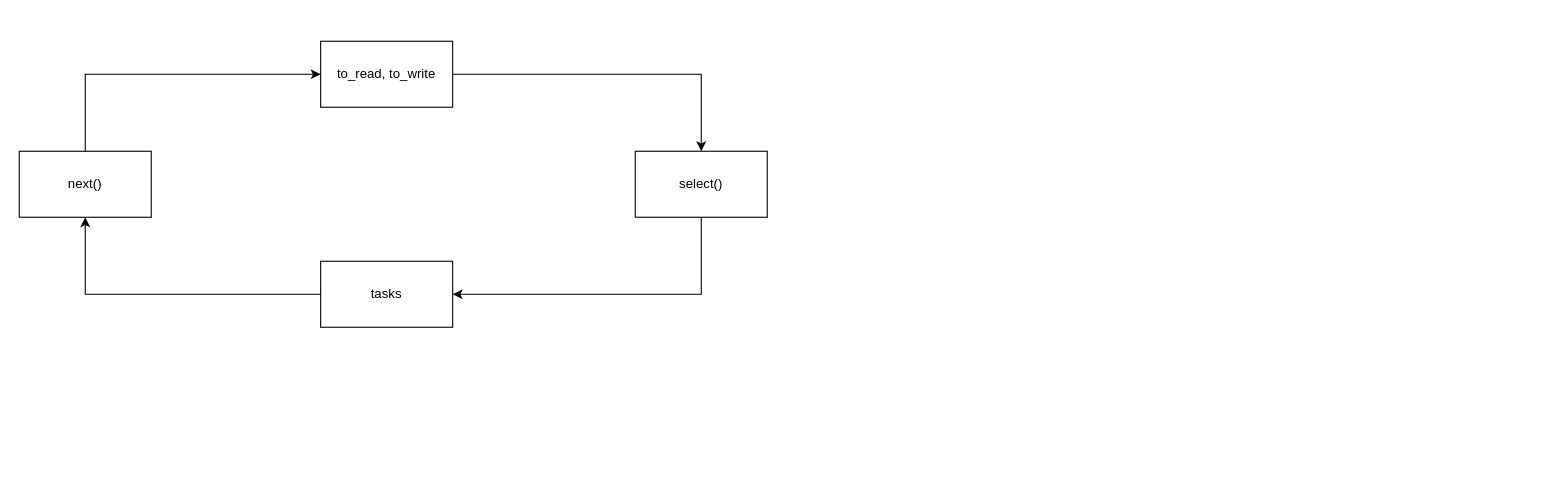
This is page "Page-4" (4 of 4) of Based.drawio from dorozhkoanton/drawios, a draw.io file, before an edit. Source tidied: cells renumbered, new cells numbered last; positions are measured from the earlier drawing's top-left corner, leaving out a move shared by most shapes. Both pictures are drawn from the tidied source at 110%, with x=0, y=0 at pixel (19, 41).
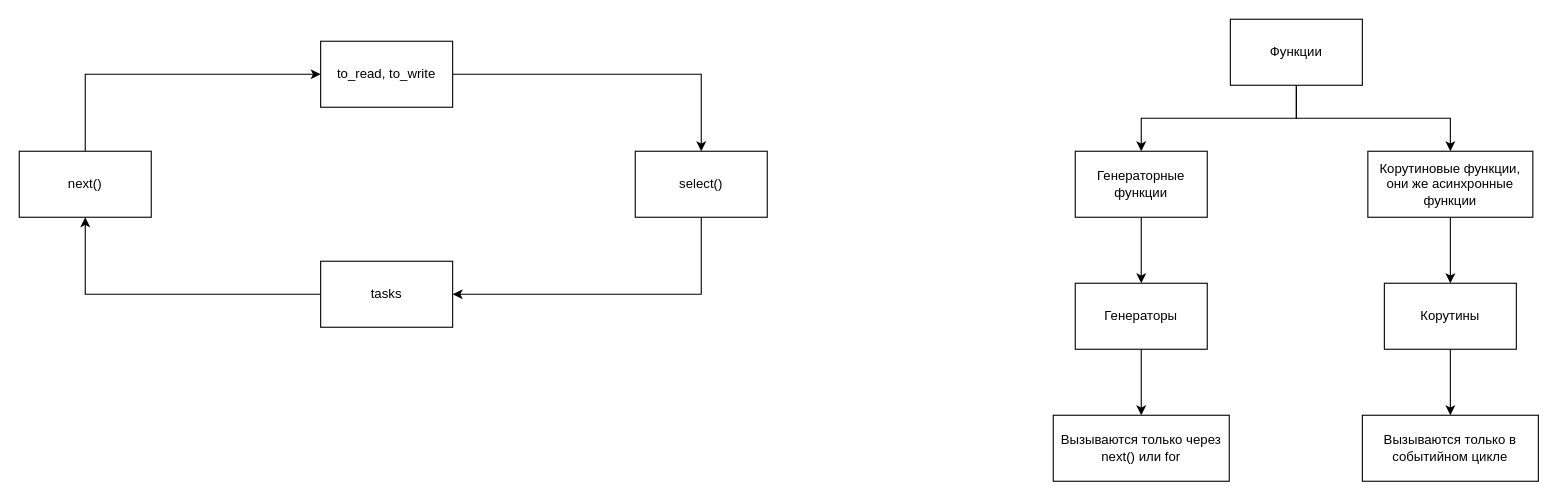
The same page after the edit.

What changed in the source:
```diff
@@
+    <mxCell id="10" style="edgeStyle=orthogonalEdgeStyle;rounded=0;jettySize=auto;html=1;exitX=0.5;exitY=1;exitDx=0;exitDy=0;" parent="1" edge="1" source="12" target="14">
+      <mxGeometry relative="1" as="geometry" />
+    </mxCell>
+    <mxCell id="11" style="edgeStyle=orthogonalEdgeStyle;rounded=0;jettySize=auto;html=1;exitX=0.5;exitY=1;exitDx=0;exitDy=0;" parent="1" edge="1" source="12" target="18">
+      <mxGeometry relative="1" as="geometry" />
+    </mxCell>
+    <mxCell id="12" value="Функции" style="whiteSpace=wrap;html=1;" parent="1" vertex="1">
+      <mxGeometry x="1101" y="-20" width="120" height="60" as="geometry" />
+    </mxCell>
+    <mxCell id="13" style="edgeStyle=orthogonalEdgeStyle;rounded=0;jettySize=auto;html=1;exitX=0.5;exitY=1;exitDx=0;exitDy=0;" parent="1" edge="1" source="14" target="16">
+      <mxGeometry relative="1" as="geometry" />
+    </mxCell>
+    <mxCell id="14" value="Генераторные функции" style="whiteSpace=wrap;html=1;" parent="1" vertex="1">
+      <mxGeometry x="960" y="100" width="120" height="60" as="geometry" />
+    </mxCell>
+    <mxCell id="15" style="edgeStyle=orthogonalEdgeStyle;rounded=0;jettySize=auto;html=1;exitX=0.5;exitY=1;exitDx=0;exitDy=0;entryX=0.5;entryY=0;entryDx=0;entryDy=0;" parent="1" edge="1" source="16" target="21">
+      <mxGeometry relative="1" as="geometry" />
+    </mxCell>
+    <mxCell id="16" value="Генераторы" style="whiteSpace=wrap;html=1;" parent="1" vertex="1">
+      <mxGeometry x="960" y="220" width="120" height="60" as="geometry" />
+    </mxCell>
+    <mxCell id="17" style="edgeStyle=orthogonalEdgeStyle;rounded=0;jettySize=auto;html=1;exitX=0.5;exitY=1;exitDx=0;exitDy=0;" parent="1" edge="1" source="18" target="20">
+      <mxGeometry relative="1" as="geometry" />
+    </mxCell>
+    <mxCell id="18" value="Корутиновые функции, они же асинхронные функции" style="whiteSpace=wrap;html=1;" parent="1" vertex="1">
+      <mxGeometry x="1226" y="100" width="150" height="60" as="geometry" />
+    </mxCell>
+    <mxCell id="19" style="edgeStyle=orthogonalEdgeStyle;rounded=0;jettySize=auto;html=1;exitX=0.5;exitY=1;exitDx=0;exitDy=0;entryX=0.5;entryY=0;entryDx=0;entryDy=0;" parent="1" edge="1" source="20" target="22">
+      <mxGeometry relative="1" as="geometry" />
+    </mxCell>
+    <mxCell id="20" value="Корутины" style="whiteSpace=wrap;html=1;" parent="1" vertex="1">
+      <mxGeometry x="1241" y="220" width="120" height="60" as="geometry" />
+    </mxCell>
+    <mxCell id="21" value="Вызываются только через next() или for" style="whiteSpace=wrap;html=1;" parent="1" vertex="1">
+      <mxGeometry x="940" y="340" width="160" height="60" as="geometry" />
+    </mxCell>
+    <mxCell id="22" value="Вызываются только в событийном цикле" style="whiteSpace=wrap;html=1;" parent="1" vertex="1">
+      <mxGeometry x="1221" y="340" width="160" height="60" as="geometry" />
+    </mxCell>
```
